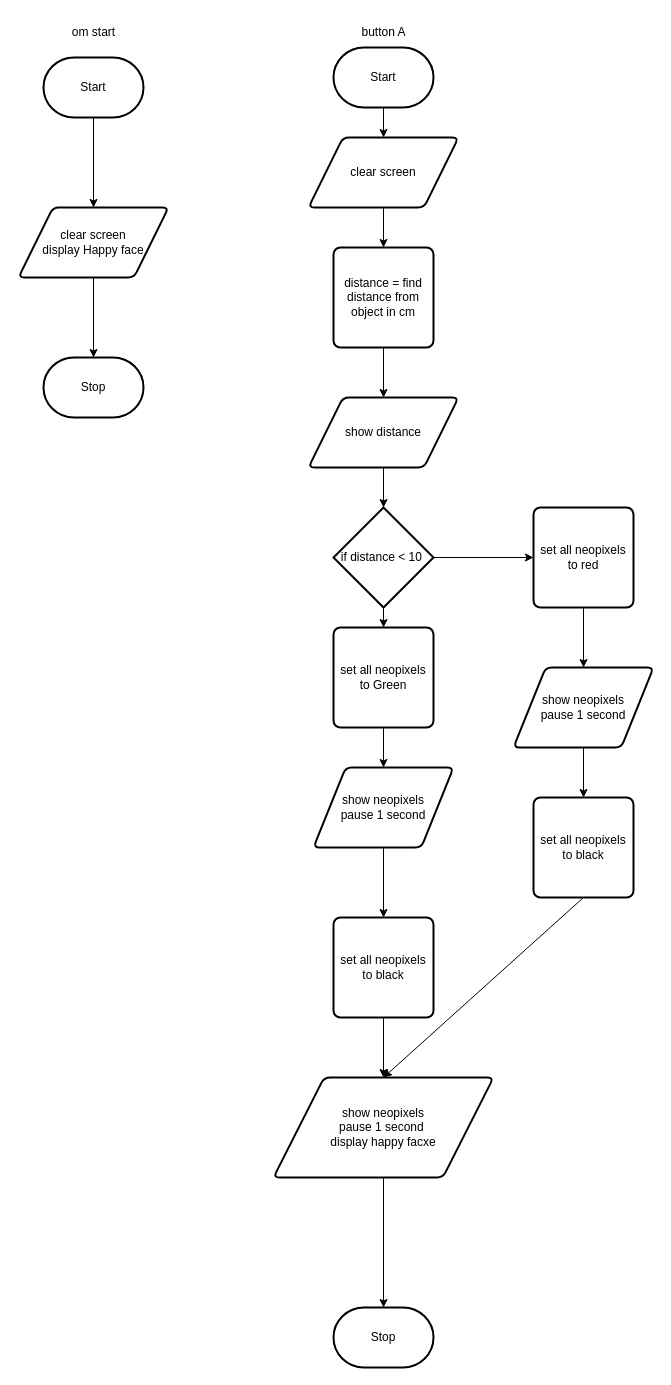
Before: design/flowchart.drawio in MTHS-TEJ2O-1-2023/TEJ2O-Unit-2-12-michael-bruneau, a draw.io diagram. Source tidied: cells renumbered, new cells numbered last; positions are measured from the earlier drawing's top-left corner, leaving out a move shared by most shapes. Both pictures are drawn from the tidied source at 100%, with x=0, y=0 at pixel (18, 17).
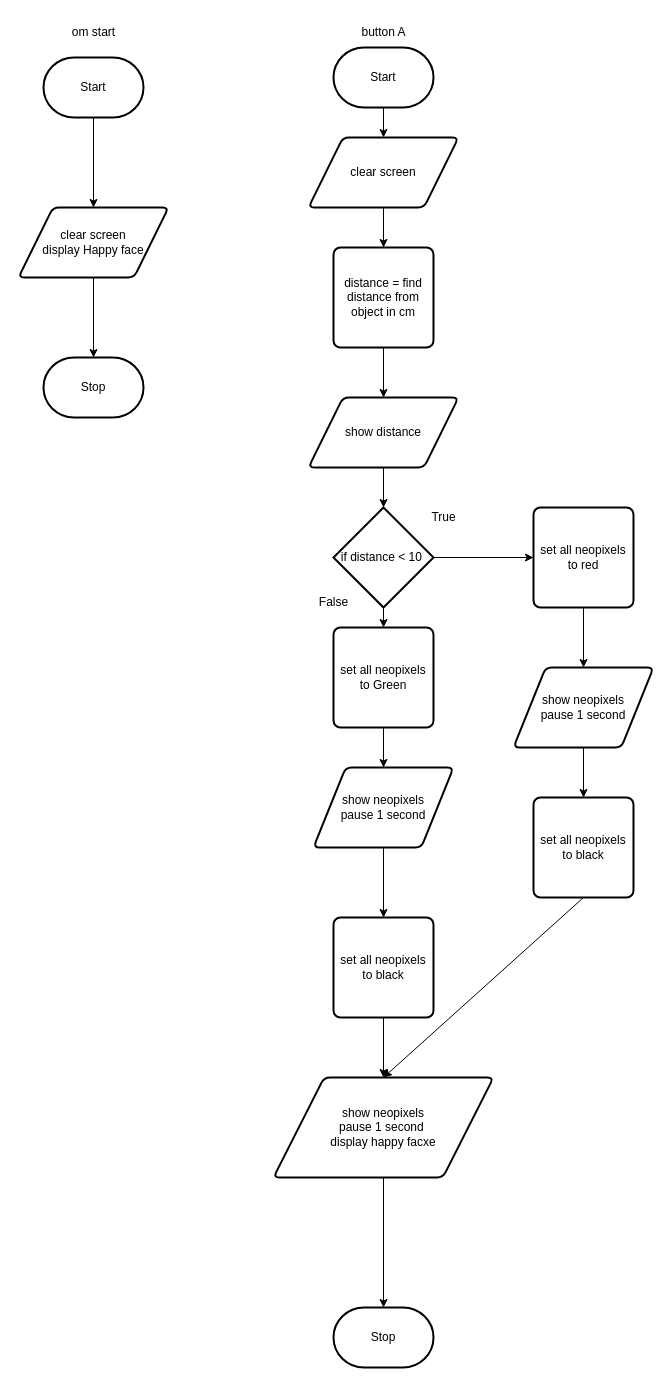
The same page after the edit.

Diff of the diagram source:
```diff
@@
+    <mxCell id="35" value="True" style="text;html=1;align=center;verticalAlign=middle;strokeColor=none;fillColor=none;" parent="1" vertex="1">
+      <mxGeometry x="400" y="485" width="50" height="30" as="geometry" />
+    </mxCell>
+    <mxCell id="36" value="False" style="text;html=1;align=center;verticalAlign=middle;strokeColor=none;fillColor=none;" parent="1" vertex="1">
+      <mxGeometry x="290" y="570" width="50" height="30" as="geometry" />
+    </mxCell>
```
